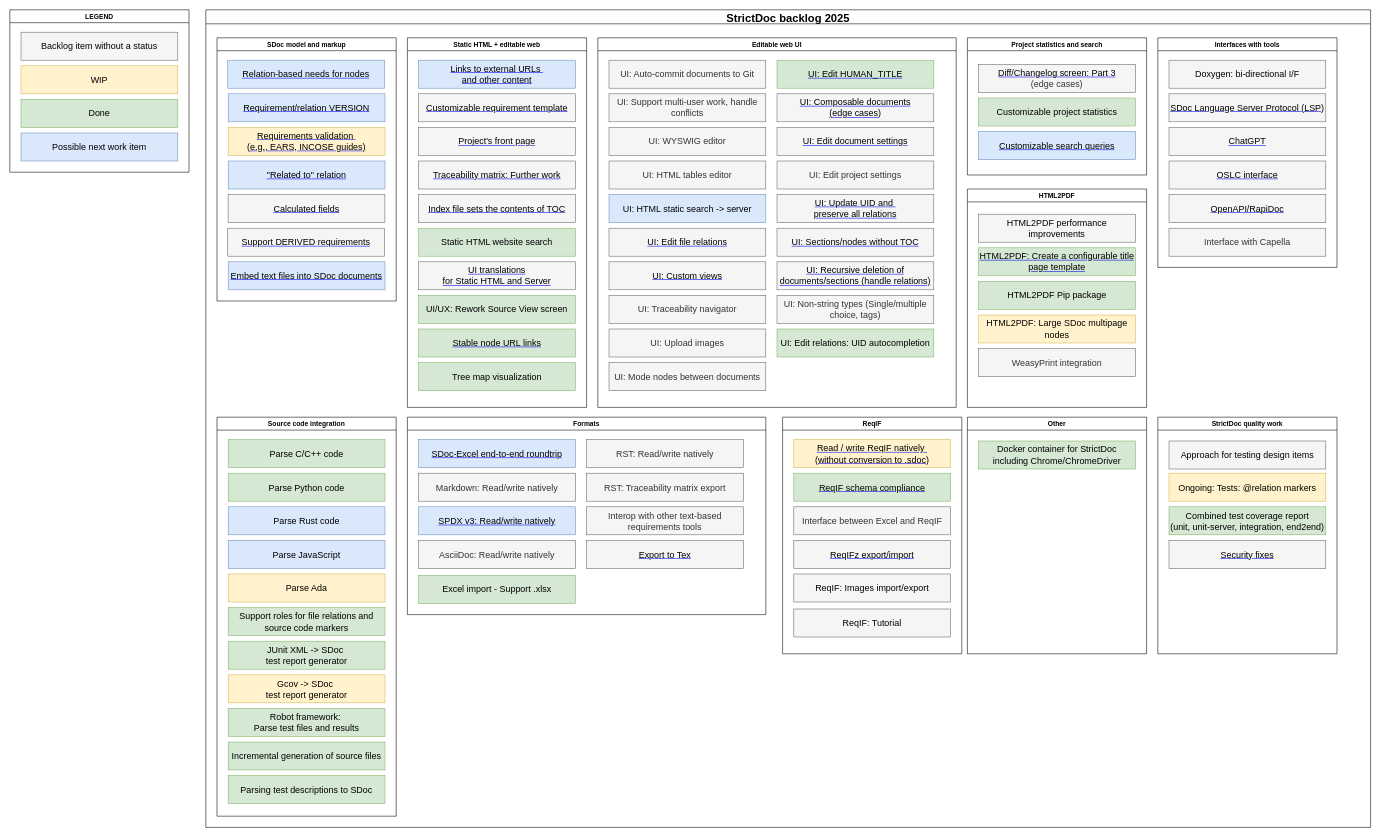
Earlier version of the draw.io diagram developer/drawio/Backlog.drawio (strictdoc-project/strictdoc). Source tidied: cells renumbered, new cells numbered last; positions are measured from the earlier drawing's top-left corner, leaving out a move shared by most shapes. Both pictures are drawn from the tidied source at 56%, with x=0, y=0 at pixel (10, 10).
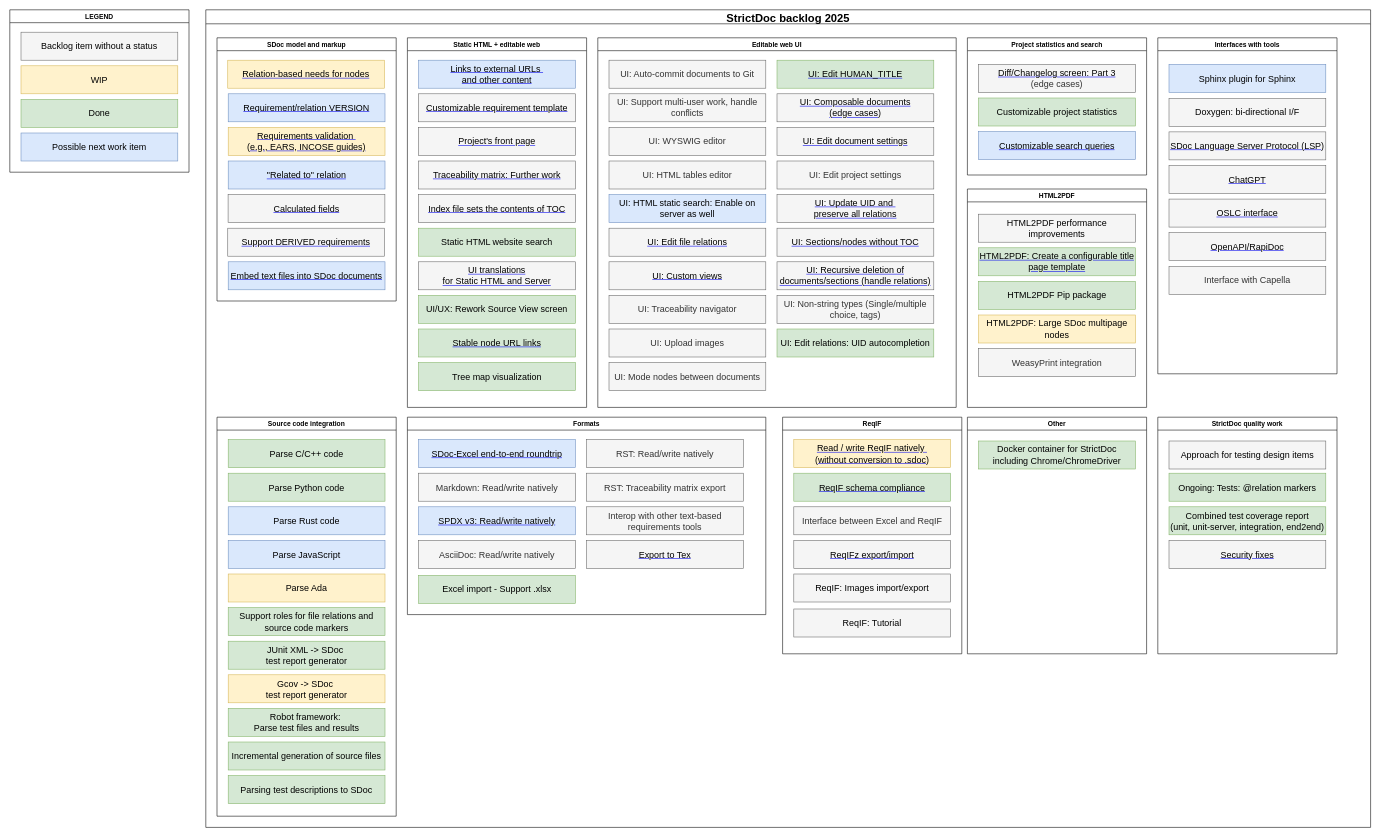
The same diagram, later.

Commit message (it also covers changes not shown here):
docs: update the slide deck, roadmap and backlog

Unchanged cells that the change refers to:
```xml
<mxCell id="2" value="StrictDoc backlog 2025" style="swimlane;swimlaneFillColor=default;fontSize=20;startSize=25;" parent="1" vertex="1">
  <mxGeometry x="350" width="2080" height="1460" as="geometry" />
</mxCell>
<mxCell id="20" value="SDoc model and markup" style="swimlane;" parent="2" vertex="1">
  <mxGeometry x="20" y="50" width="320" height="470" as="geometry" />
</mxCell>
<mxCell id="28" value="Editable web UI" style="swimlane;" parent="2" vertex="1">
  <mxGeometry x="700" y="50" width="640" height="660" as="geometry" />
</mxCell>
<mxCell id="88" value="StrictDoc quality work" style="swimlane;" parent="2" vertex="1">
  <mxGeometry x="1700" y="727.5" width="320" height="422.5" as="geometry" />
</mxCell>
```

The edit, as a diff of the source:
```diff
@@
-    <mxCell id="23" value="&lt;a href=&quot;https://github.com/strictdoc-project/strictdoc/issues/1729&quot;&gt;&lt;font style=&quot;color: rgb(0, 0, 0);&quot;&gt;Relation-based needs for nodes&lt;/font&gt;&lt;/a&gt;" style="text;html=1;strokeColor=#6c8ebf;fillColor=#dae8fc;align=center;verticalAlign=middle;whiteSpace=wrap;rounded=0;fontStyle=0;fontSize=16;" parent="20" vertex="1">
+    <mxCell id="23" value="&lt;a href=&quot;https://github.com/strictdoc-project/strictdoc/issues/1729&quot;&gt;&lt;font style=&quot;color: rgb(0, 0, 0);&quot;&gt;Relation-based needs for nodes&lt;/font&gt;&lt;/a&gt;" style="text;html=1;strokeColor=#d6b656;fillColor=#fff2cc;align=center;verticalAlign=middle;whiteSpace=wrap;rounded=0;fontStyle=0;fontSize=16;" parent="20" vertex="1">
       <mxGeometry x="19.2" y="40" width="280" height="50" as="geometry" />
     </mxCell>
@@
-    <mxCell id="33" value="UI: HTML static search -&amp;gt; server" style="text;html=1;strokeColor=#6c8ebf;fillColor=#dae8fc;align=center;verticalAlign=middle;whiteSpace=wrap;rounded=0;fontStyle=0;fontSize=16;" parent="28" vertex="1">
+    <mxCell id="33" value="UI: HTML static search: Enable on server as well" style="text;html=1;strokeColor=#6c8ebf;fillColor=#dae8fc;align=center;verticalAlign=middle;whiteSpace=wrap;rounded=0;fontStyle=0;fontSize=16;" parent="28" vertex="1">
       <mxGeometry x="20" y="280" width="280" height="50" as="geometry" />
     </mxCell>
@@
     <mxCell id="58" value="Interfaces with tools" style="swimlane;" parent="2" vertex="1">
-      <mxGeometry x="1700" y="50" width="320" height="410" as="geometry" />
+      <mxGeometry x="1700" y="50" width="320" height="600" as="geometry" />
     </mxCell>
     <mxCell id="59" value="&lt;a href=&quot;https://github.com/strictdoc-project/strictdoc/issues/1141&quot;&gt;&lt;font style=&quot;color: rgb(0, 0, 0);&quot;&gt;ChatGPT&lt;/font&gt;&lt;/a&gt;" style="text;html=1;align=center;verticalAlign=middle;whiteSpace=wrap;rounded=0;fontStyle=0;fontSize=16;fillColor=#f5f5f5;fontColor=#333333;strokeColor=#666666;" parent="58" vertex="1">
-      <mxGeometry x="20" y="160" width="280" height="50" as="geometry" />
+      <mxGeometry x="20" y="228" width="280" height="50" as="geometry" />
     </mxCell>
     <mxCell id="60" value="&lt;a style=&quot;&quot; href=&quot;https://github.com/strictdoc-project/strictdoc/issues/577&quot;&gt;&lt;font style=&quot;color: rgb(0, 0, 0);&quot;&gt;SDoc Language Server Protocol (LSP)&lt;/font&gt;&lt;/a&gt;" style="text;html=1;align=center;verticalAlign=middle;whiteSpace=wrap;rounded=0;fontStyle=0;fontSize=16;fillColor=#f5f5f5;fontColor=#333333;strokeColor=#666666;" parent="58" vertex="1">
-      <mxGeometry x="20" y="100" width="280" height="50" as="geometry" />
+      <mxGeometry x="20" y="168" width="280" height="50" as="geometry" />
     </mxCell>
     <mxCell id="61" value="&lt;a href=&quot;https://github.com/strictdoc-project/strictdoc/issues/544&quot;&gt;&lt;font style=&quot;color: rgb(0, 0, 0);&quot;&gt;OSLC interface&lt;/font&gt;&lt;/a&gt;" style="text;html=1;strokeColor=#666666;fillColor=#f5f5f5;align=center;verticalAlign=middle;whiteSpace=wrap;rounded=0;fontStyle=0;fontSize=16;fontColor=#333333;" parent="58" vertex="1">
-      <mxGeometry x="20" y="220" width="280" height="50" as="geometry" />
+      <mxGeometry x="20" y="288" width="280" height="50" as="geometry" />
     </mxCell>
     <mxCell id="62" value="&lt;a href=&quot;https://github.com/strictdoc-project/strictdoc/issues/1371&quot;&gt;&lt;font style=&quot;color: rgb(0, 0, 0);&quot;&gt;OpenAPI/RapiDoc&lt;/font&gt;&lt;/a&gt;" style="text;html=1;align=center;verticalAlign=middle;whiteSpace=wrap;rounded=0;fontStyle=0;fontSize=16;fillColor=#f5f5f5;fontColor=#333333;strokeColor=#666666;" parent="58" vertex="1">
-      <mxGeometry x="20" y="280" width="280" height="50" as="geometry" />
+      <mxGeometry x="20" y="348" width="280" height="50" as="geometry" />
     </mxCell>
     <mxCell id="63" value="&lt;font color=&quot;#000000&quot;&gt;Doxygen: bi-directional I/F&lt;/font&gt;" style="text;html=1;strokeColor=#666666;fillColor=#f5f5f5;align=center;verticalAlign=middle;whiteSpace=wrap;rounded=0;fontStyle=0;fontSize=16;fontColor=#333333;" parent="58" vertex="1">
-      <mxGeometry x="20" y="40" width="280" height="50" as="geometry" />
+      <mxGeometry x="20" y="108" width="280" height="50" as="geometry" />
     </mxCell>
     <mxCell id="64" value="Interface with Capella" style="text;html=1;align=center;verticalAlign=middle;whiteSpace=wrap;rounded=0;fontStyle=0;fontSize=16;fillColor=#f5f5f5;fontColor=#333333;strokeColor=#666666;" parent="58" vertex="1">
-      <mxGeometry x="20" y="340" width="280" height="50" as="geometry" />
+      <mxGeometry x="20" y="408" width="280" height="50" as="geometry" />
     </mxCell>
+    <mxCell id="100" value="&lt;font color=&quot;#000000&quot;&gt;Sphinx plugin for Sphinx&lt;/font&gt;" style="text;html=1;strokeColor=#6c8ebf;fillColor=#dae8fc;align=center;verticalAlign=middle;whiteSpace=wrap;rounded=0;fontStyle=0;fontSize=16;" parent="58" vertex="1">
+      <mxGeometry x="20" y="47.5" width="280" height="50" as="geometry" />
+    </mxCell>
@@
-    <mxCell id="90" value="&lt;font color=&quot;#000000&quot;&gt;Ongoing: Tests: @relation markers&lt;/font&gt;" style="text;html=1;strokeColor=#d6b656;fillColor=#fff2cc;align=center;verticalAlign=middle;whiteSpace=wrap;rounded=0;fontStyle=0;fontSize=16;" parent="88" vertex="1">
+    <mxCell id="90" value="&lt;font color=&quot;#000000&quot;&gt;Ongoing: Tests: @relation markers&lt;/font&gt;" style="text;html=1;strokeColor=#82b366;fillColor=#d5e8d4;align=center;verticalAlign=middle;whiteSpace=wrap;rounded=0;fontStyle=0;fontSize=16;" parent="88" vertex="1">
       <mxGeometry x="20" y="100" width="280" height="50" as="geometry" />
     </mxCell>
```
